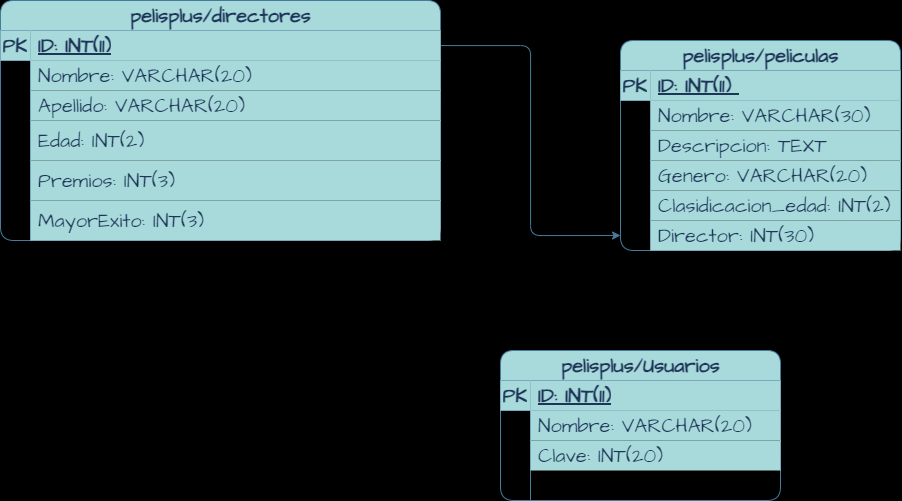
Above: TPE/DER.png in LucasL2001/web2tpe (draw.io), before the change. Source tidied: cells renumbered, new cells last; positions are measured from the earlier drawing's top-left corner, leaving out a move shared by most shapes.
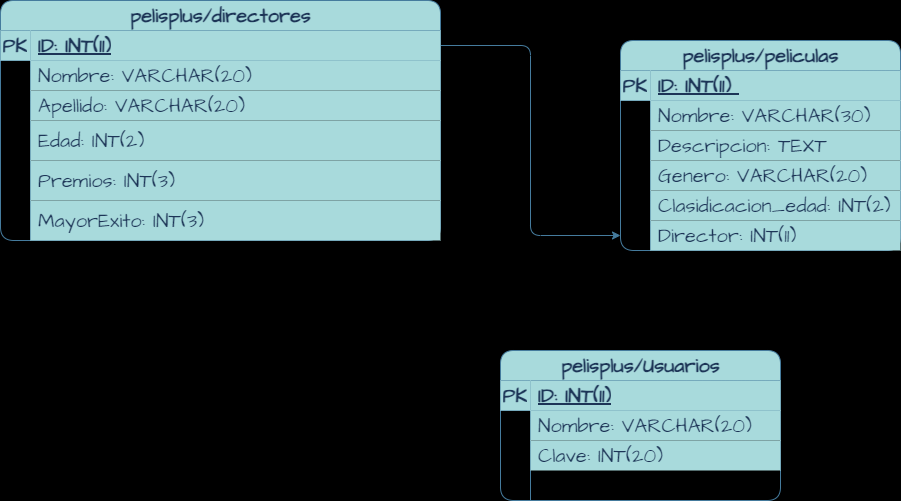
After the commit.

Commit message:
correccio de db y der

Diff of the diagram source:
```diff
@@ -155,7 +155,7 @@
     <mxCell id="52" style="shape=partialRectangle;fillColor=none;top=0;left=0;bottom=0;right=0;overflow=hidden;whiteSpace=wrap;html=1;hachureGap=4;fontFamily=Architects Daughter;fontSource=https%3A%2F%2Ffonts.googleapis.com%2Fcss%3Ffamily%3DArchitects%2BDaughter;fontSize=20;rounded=1;labelBackgroundColor=none;strokeColor=#457B9D;fontColor=#1D3557;" parent="51" vertex="1">
       <mxGeometry width="30" height="30" as="geometry" />
     </mxCell>
-    <mxCell id="53" value="Director: INT(30)" style="shape=partialRectangle;fillColor=#A8DADC;top=0;left=0;bottom=0;right=0;align=left;spacingLeft=6;overflow=hidden;whiteSpace=wrap;html=1;hachureGap=4;fontFamily=Architects Daughter;fontSource=https%3A%2F%2Ffonts.googleapis.com%2Fcss%3Ffamily%3DArchitects%2BDaughter;fontSize=20;rounded=1;labelBackgroundColor=none;strokeColor=#457B9D;fontColor=#1D3557;" parent="51" vertex="1">
+    <mxCell id="53" value="Director: INT(11)" style="shape=partialRectangle;fillColor=#A8DADC;top=0;left=0;bottom=0;right=0;align=left;spacingLeft=6;overflow=hidden;whiteSpace=wrap;html=1;hachureGap=4;fontFamily=Architects Daughter;fontSource=https%3A%2F%2Ffonts.googleapis.com%2Fcss%3Ffamily%3DArchitects%2BDaughter;fontSize=20;rounded=1;labelBackgroundColor=none;strokeColor=#457B9D;fontColor=#1D3557;" parent="51" vertex="1">
       <mxGeometry x="30" width="250" height="30" as="geometry" />
     </mxCell>
   </root>
```
